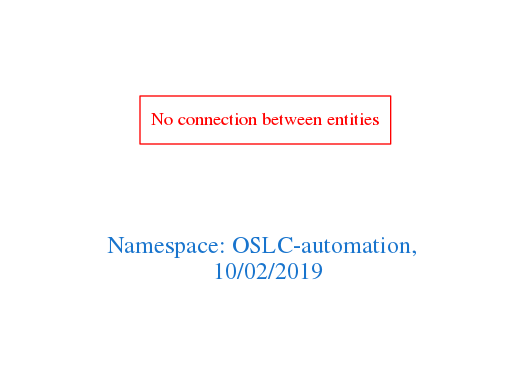
arago/OGIT keeps this Graphviz diagram as downloads/OSLC-automation.png. Above is the earlier version. Its source is kept beside it as downloads/OSLC-automation.dot.
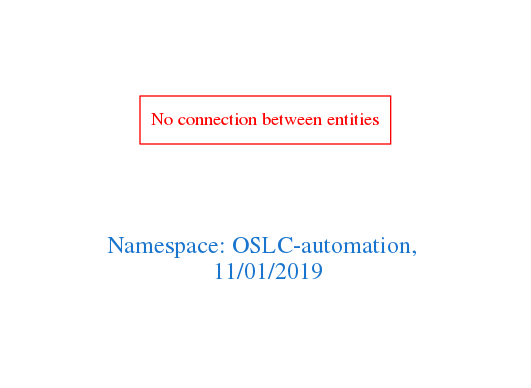
The same diagram one commit later.

Change to the diagram source:
```diff
@@ -1,7 +1,7 @@
 digraph OGIT_ontology {
  graph [ rankdir= LR,pad=1
 fontsize = 18,
-fontcolor= dodgerblue3,label = "\n\n\nNamespace: OSLC-automation, \n 10/02/2019"];
+fontcolor= dodgerblue3,label = "\n\n\nNamespace: OSLC-automation, \n 11/01/2019"];
 node[shape=polygon];
 edge [  color="gray81"];
 
```
